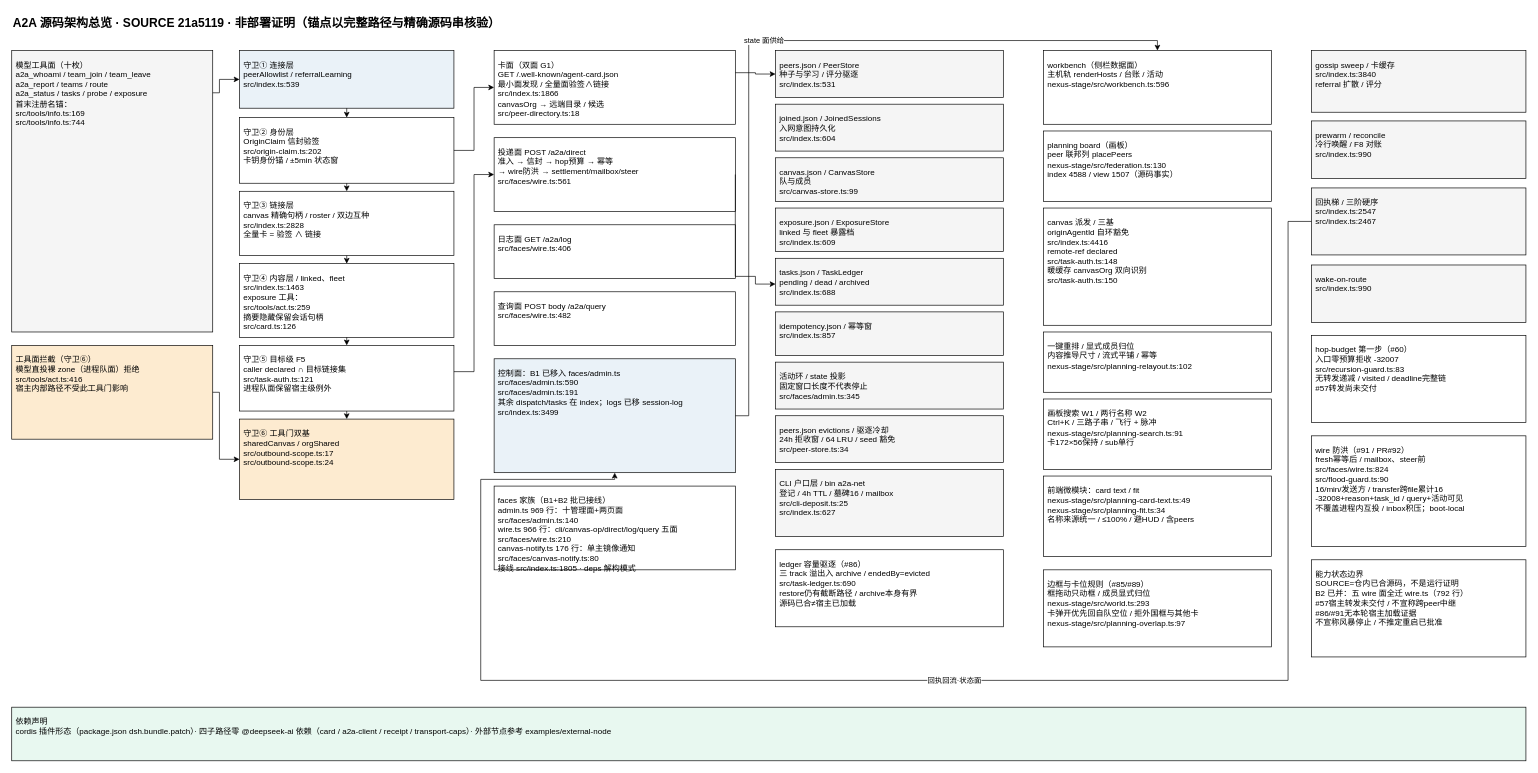
NelsonLongxiang/dsh-open-a2a-net keeps this draw.io diagram as page "系统架构总览" (1 of 2) of docs/arch/a2a-architecture.drawio. Above is the earlier version. Source tidied: cells renumbered, new cells numbered last; positions are measured from the earlier drawing's top-left corner, leaving out a move shared by most shapes. Both pictures are drawn from the tidied source at 67%, with x=0, y=0 at pixel (11, 11).
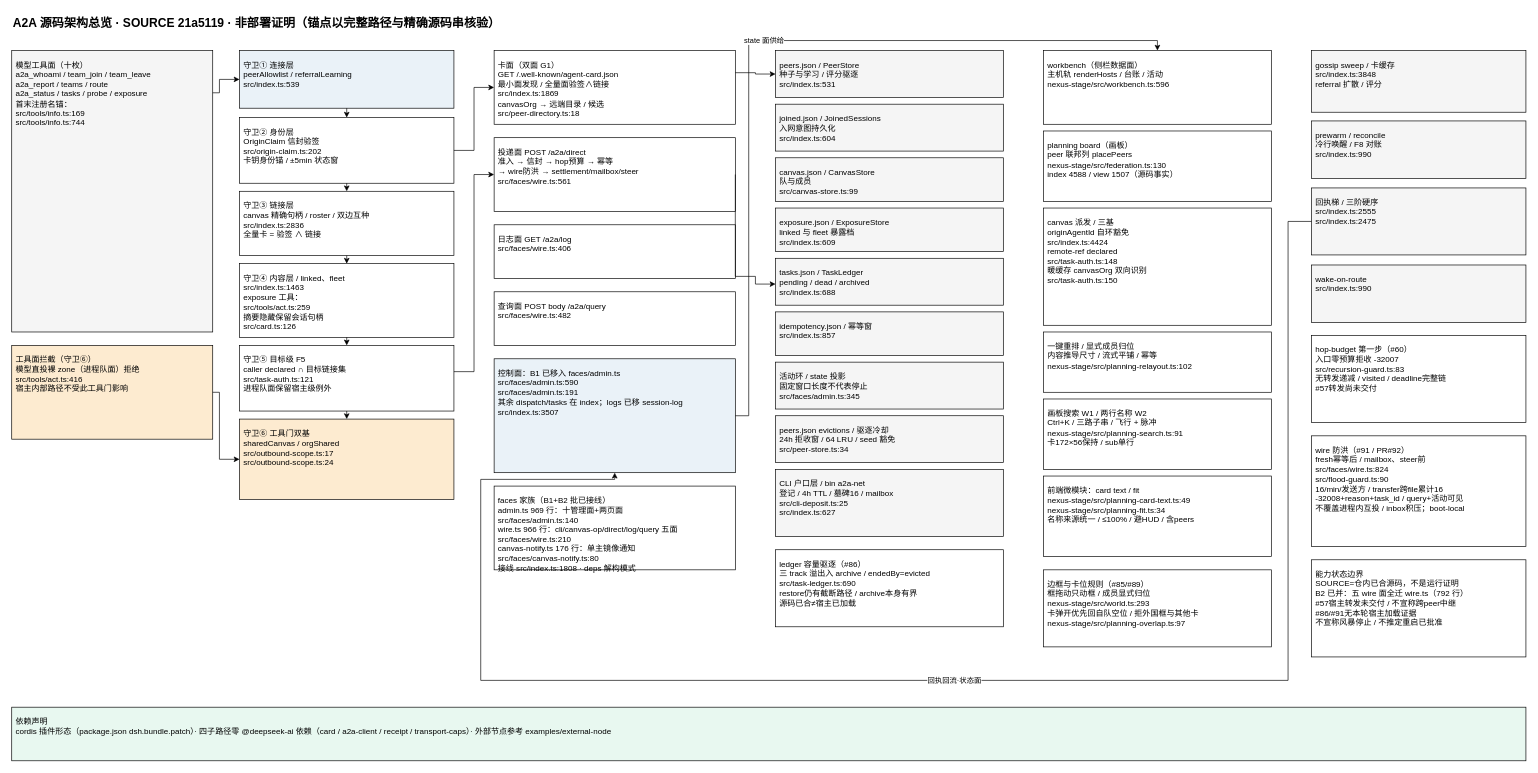
The same diagram, later.

Diff of the diagram source:
```diff
@@
-    <mxCell id="7" value="守卫③ 链接层&#10;canvas 精确句柄 / roster / 双边互种&#10;src/index.ts:2828&#10;全量卡 = 验签 ∧ 链接" style="rounded=0;whiteSpace=wrap;html=1;fontSize=12;fontColor=#000000;fillColor=#FFFFFF;strokeColor=#000000;align=left;verticalAlign=top;spacing=6;spacingTop=4;" parent="1" vertex="1">
+    <mxCell id="7" value="守卫③ 链接层&#10;canvas 精确句柄 / roster / 双边互种&#10;src/index.ts:2836&#10;全量卡 = 验签 ∧ 链接" style="rounded=0;whiteSpace=wrap;html=1;fontSize=12;fontColor=#000000;fillColor=#FFFFFF;strokeColor=#000000;align=left;verticalAlign=top;spacing=6;spacingTop=4;" parent="1" vertex="1">
       <mxGeometry x="340" y="268" width="320" height="96" as="geometry" />
     </mxCell>
@@
-    <mxCell id="11" value="卡面（双面 G1）&#10;GET /.well-known/agent-card.json&#10;最小面发现 / 全量面验签∧链接&#10;src/index.ts:1866&#10;canvasOrg → 远端目录 / 候选&#10;src/peer-directory.ts:18" style="rounded=0;whiteSpace=wrap;html=1;fontSize=12;fontColor=#000000;fillColor=#FFFFFF;strokeColor=#000000;align=left;verticalAlign=top;spacing=6;spacingTop=4;" parent="1" vertex="1">
+    <mxCell id="11" value="卡面（双面 G1）&#10;GET /.well-known/agent-card.json&#10;最小面发现 / 全量面验签∧链接&#10;src/index.ts:1869&#10;canvasOrg → 远端目录 / 候选&#10;src/peer-directory.ts:18" style="rounded=0;whiteSpace=wrap;html=1;fontSize=12;fontColor=#000000;fillColor=#FFFFFF;strokeColor=#000000;align=left;verticalAlign=top;spacing=6;spacingTop=4;" parent="1" vertex="1">
       <mxGeometry x="720" y="58" width="360" height="110" as="geometry" />
     </mxCell>
@@
-    <mxCell id="15" value="控制面：B1 已移入 faces/admin.ts&#10;src/faces/admin.ts:590&#10;src/faces/admin.ts:191&#10;其余 dispatch/tasks 在 index；logs 已移 session-log&#10;src/index.ts:3499" style="rounded=0;whiteSpace=wrap;html=1;fontSize=12;fontColor=#000000;fillColor=#EAF2F8;strokeColor=#000000;align=left;verticalAlign=top;spacing=6;spacingTop=4;" parent="1" vertex="1">
+    <mxCell id="15" value="控制面：B1 已移入 faces/admin.ts&#10;src/faces/admin.ts:590&#10;src/faces/admin.ts:191&#10;其余 dispatch/tasks 在 index；logs 已移 session-log&#10;src/index.ts:3507" style="rounded=0;whiteSpace=wrap;html=1;fontSize=12;fontColor=#000000;fillColor=#EAF2F8;strokeColor=#000000;align=left;verticalAlign=top;spacing=6;spacingTop=4;" parent="1" vertex="1">
       <mxGeometry x="720" y="518" width="360" height="170" as="geometry" />
     </mxCell>
@@
-    <mxCell id="27" value="canvas 派发 / 三基&#10;originAgentId 自环豁免&#10;src/index.ts:4416&#10;remote-ref declared&#10;src/task-auth.ts:148&#10;暖缓存 canvasOrg 双向识别&#10;src/task-auth.ts:150" style="rounded=0;whiteSpace=wrap;html=1;fontSize=12;fontColor=#000000;fillColor=#FFFFFF;strokeColor=#000000;align=left;verticalAlign=top;spacing=6;spacingTop=4;" parent="1" vertex="1">
+    <mxCell id="27" value="canvas 派发 / 三基&#10;originAgentId 自环豁免&#10;src/index.ts:4424&#10;remote-ref declared&#10;src/task-auth.ts:148&#10;暖缓存 canvasOrg 双向识别&#10;src/task-auth.ts:150" style="rounded=0;whiteSpace=wrap;html=1;fontSize=12;fontColor=#000000;fillColor=#FFFFFF;strokeColor=#000000;align=left;verticalAlign=top;spacing=6;spacingTop=4;" parent="1" vertex="1">
       <mxGeometry x="1540" y="293" width="340" height="175" as="geometry" />
     </mxCell>
@@
-    <mxCell id="30" value="gossip sweep / 卡缓存&#10;src/index.ts:3840&#10;referral 扩散 / 评分" style="rounded=0;whiteSpace=wrap;html=1;fontSize=12;fontColor=#000000;fillColor=#F5F5F5;strokeColor=#000000;align=left;verticalAlign=top;spacing=6;spacingTop=4;" parent="1" vertex="1">
+    <mxCell id="30" value="gossip sweep / 卡缓存&#10;src/index.ts:3848&#10;referral 扩散 / 评分" style="rounded=0;whiteSpace=wrap;html=1;fontSize=12;fontColor=#000000;fillColor=#F5F5F5;strokeColor=#000000;align=left;verticalAlign=top;spacing=6;spacingTop=4;" parent="1" vertex="1">
       <mxGeometry x="1940" y="58" width="320" height="92" as="geometry" />
     </mxCell>
@@
-    <mxCell id="32" value="回执梯 / 三阶硬序&#10;src/index.ts:2547&#10;src/index.ts:2467" style="rounded=0;whiteSpace=wrap;html=1;fontSize=12;fontColor=#000000;fillColor=#F5F5F5;strokeColor=#000000;align=left;verticalAlign=top;spacing=6;spacingTop=4;" parent="1" vertex="1">
+    <mxCell id="32" value="回执梯 / 三阶硬序&#10;src/index.ts:2555&#10;src/index.ts:2475" style="rounded=0;whiteSpace=wrap;html=1;fontSize=12;fontColor=#000000;fillColor=#F5F5F5;strokeColor=#000000;align=left;verticalAlign=top;spacing=6;spacingTop=4;" parent="1" vertex="1">
       <mxGeometry x="1940" y="263" width="320" height="100" as="geometry" />
     </mxCell>
@@
-    <mxCell id="35" value="faces 家族（B1+B2 批已接线）&#10;admin.ts 969 行：十管理面+两页面&#10;src/faces/admin.ts:140&#10;wire.ts 966 行：cli/canvas-op/direct/log/query 五面&#10;src/faces/wire.ts:210&#10;canvas-notify.ts 176 行：单主镜像通知&#10;src/faces/canvas-notify.ts:80&#10;接线 src/index.ts:1805 · deps 解构模式" style="rounded=0;whiteSpace=wrap;html=1;fontSize=12;fontColor=#000000;fillColor=#FFFFFF;strokeColor=#000000;align=left;verticalAlign=top;spacing=6;spacingTop=4;" parent="1" vertex="1">
+    <mxCell id="35" value="faces 家族（B1+B2 批已接线）&#10;admin.ts 969 行：十管理面+两页面&#10;src/faces/admin.ts:140&#10;wire.ts 966 行：cli/canvas-op/direct/log/query 五面&#10;src/faces/wire.ts:210&#10;canvas-notify.ts 176 行：单主镜像通知&#10;src/faces/canvas-notify.ts:80&#10;接线 src/index.ts:1808 · deps 解构模式" style="rounded=0;whiteSpace=wrap;html=1;fontSize=12;fontColor=#000000;fillColor=#FFFFFF;strokeColor=#000000;align=left;verticalAlign=top;spacing=6;spacingTop=4;" parent="1" vertex="1">
       <mxGeometry x="720" y="708" width="360" height="125" as="geometry" />
     </mxCell>
```
